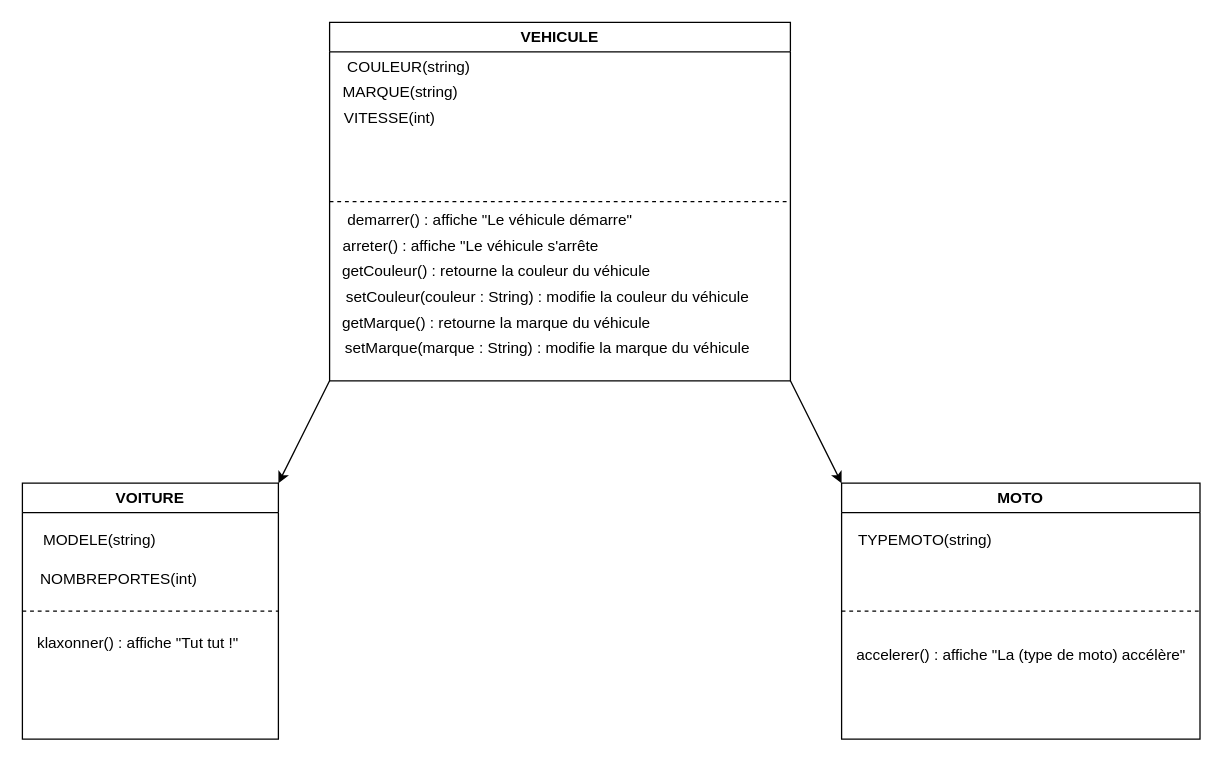
This is Diagramme sans nom.drawio from erxide/poo, a draw.io file, before an edit. Source tidied: cells renumbered, new cells numbered last; positions are measured from the earlier drawing's top-left corner, leaving out a move shared by most shapes. Both pictures are drawn from the tidied source at 128%, with x=0, y=0 at pixel (22, 22).
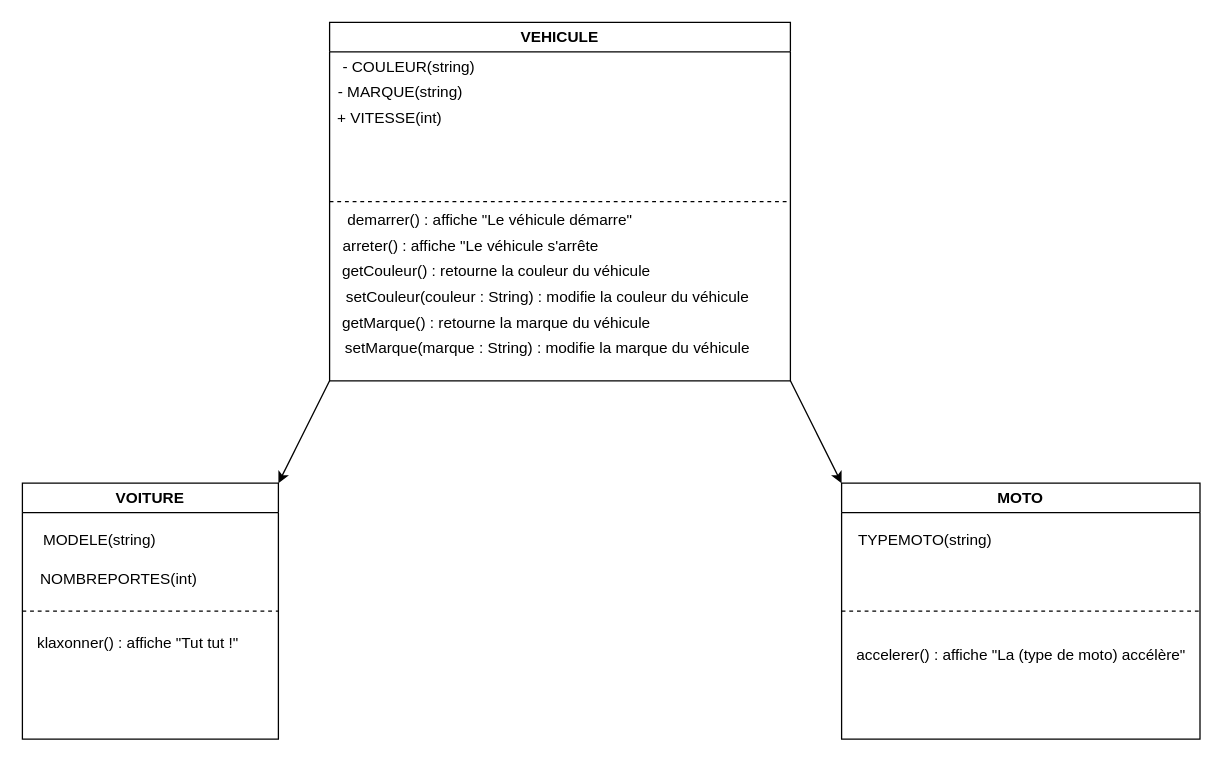
After the change.

The change refers to these unchanged cells:
```xml
<mxCell id="2" value="VEHICULE" style="swimlane;whiteSpace=wrap;html=1;" parent="1" vertex="1">
  <mxGeometry x="240" width="360" height="280" as="geometry" />
</mxCell>
```

What changed in the source:
```diff
@@
-    <mxCell id="3" value="&amp;nbsp;COULEUR(string)" style="text;html=1;align=center;verticalAlign=middle;strokeColor=none;fillColor=none;" parent="2" vertex="1">
-      <mxGeometry y="20" width="120" height="30" as="geometry" />
+    <mxCell id="3" value="&amp;nbsp;- COULEUR(string)" style="text;html=1;align=center;verticalAlign=middle;strokeColor=none;fillColor=none;" parent="2" vertex="1">
+      <mxGeometry x="-5" y="20" width="130" height="30" as="geometry" />
     </mxCell>
-    <mxCell id="4" value="MARQUE(string)" style="text;html=1;align=center;verticalAlign=middle;strokeColor=none;fillColor=none;" parent="2" vertex="1">
-      <mxGeometry y="40" width="110" height="30" as="geometry" />
+    <mxCell id="4" value="- MARQUE(string)" style="text;html=1;align=center;verticalAlign=middle;strokeColor=none;fillColor=none;" parent="2" vertex="1">
+      <mxGeometry x="-5" y="40" width="120" height="30" as="geometry" />
     </mxCell>
-    <mxCell id="5" value="VITESSE(int)&amp;nbsp; &amp;nbsp; &amp;nbsp;" style="text;html=1;align=center;verticalAlign=middle;strokeColor=none;fillColor=none;" parent="2" vertex="1">
-      <mxGeometry y="60" width="110" height="30" as="geometry" />
+    <mxCell id="5" value="+ VITESSE(int)&amp;nbsp; &amp;nbsp; &amp;nbsp;" style="text;html=1;align=center;verticalAlign=middle;strokeColor=none;fillColor=none;" parent="2" vertex="1">
+      <mxGeometry x="-5" y="60" width="120" height="30" as="geometry" />
     </mxCell>
```
